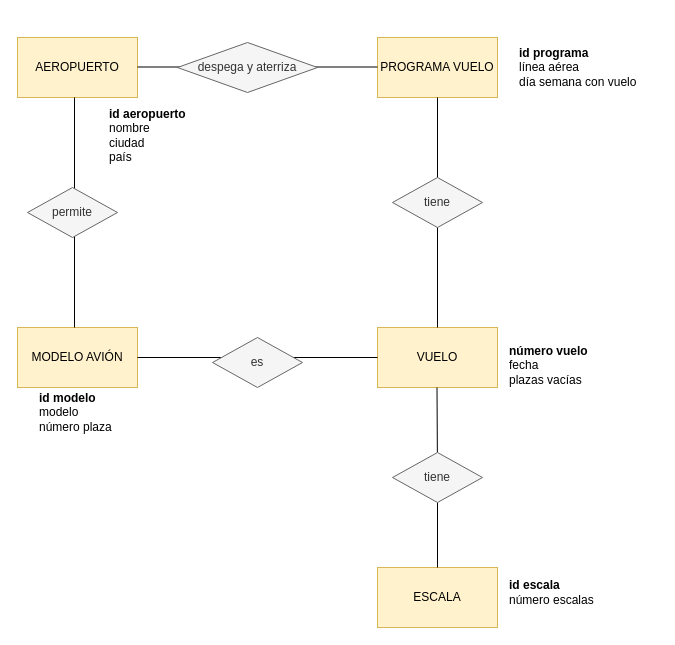
mocihu-source/CIFO-laVioleta-SQL-BBDD keeps this draw.io diagram as Creación ERD/ERD ejercicio 4.drawio. Above is the earlier version. Source tidied: cells renumbered, new cells numbered last; positions are measured from the earlier drawing's top-left corner, leaving out a move shared by most shapes. Both pictures are drawn from the tidied source at 100%, with x=0, y=0 at pixel (17, 37).
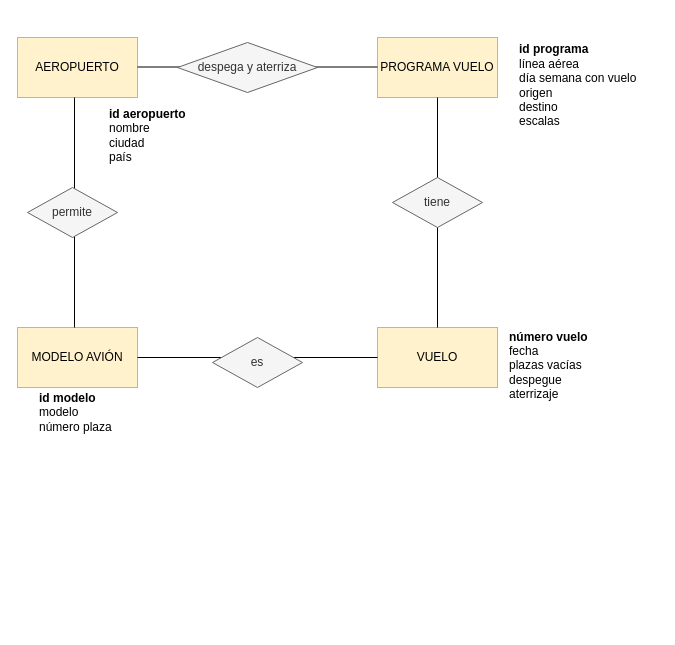
After the change.

Change to the diagram source:
```diff
@@
-    <mxCell id="6" value="ESCALA" style="rounded=0;whiteSpace=wrap;html=1;fillColor=#fff2cc;strokeColor=#d6b656;" parent="1" vertex="1">
-      <mxGeometry x="360" y="530" width="120" height="60" as="geometry" />
-    </mxCell>
@@
-    <mxCell id="11" style="endArrow=none;html=1;rounded=0;defaultLabelBackgroundColor=page;exitX=0.5;exitY=1;exitDx=0;exitDy=0;" parent="1" edge="1" source="15" target="6">
-      <mxGeometry relative="1" as="geometry" />
-    </mxCell>
@@
-    <mxCell id="14" style="endArrow=none;html=1;rounded=0;defaultLabelBackgroundColor=page;exitX=0.5;exitY=1;exitDx=0;exitDy=0;" parent="1" edge="1" target="15">
-      <mxGeometry relative="1" as="geometry">
-        <mxPoint x="419.5" y="350" as="sourcePoint" />
-      </mxGeometry>
-    </mxCell>
-    <mxCell id="15" value="tiene" style="rhombus;whiteSpace=wrap;html=1;shapeInside=1;fillColor=#f5f5f5;fontColor=#333333;strokeColor=#666666;" parent="1" vertex="1">
-      <mxGeometry x="375" y="415" width="90" height="50" as="geometry" />
-    </mxCell>
@@
-    <mxCell id="18" value="&lt;b&gt;id programa&lt;/b&gt;&lt;div&gt;línea aérea&amp;nbsp;&lt;/div&gt;&lt;div&gt;día semana con vuelo&lt;/div&gt;" style="text;html=1;whiteSpace=wrap;strokeColor=none;fillColor=none;align=left;verticalAlign=middle;rounded=0;" parent="1" vertex="1">
-      <mxGeometry x="500" width="140" height="60" as="geometry" />
+    <mxCell id="18" value="&lt;b&gt;id programa&lt;/b&gt;&lt;div&gt;línea aérea&amp;nbsp;&lt;/div&gt;&lt;div&gt;día semana con vuelo&lt;/div&gt;&lt;div&gt;origen&amp;nbsp;&lt;/div&gt;&lt;div&gt;destino&lt;/div&gt;&lt;div&gt;escalas&lt;/div&gt;" style="text;html=1;whiteSpace=wrap;strokeColor=none;fillColor=none;align=left;verticalAlign=middle;rounded=0;" parent="1" vertex="1">
+      <mxGeometry x="500" y="-20" width="140" height="135" as="geometry" />
     </mxCell>
@@
-    <mxCell id="21" value="&lt;b&gt;número vuelo&lt;/b&gt;&lt;div&gt;fecha&amp;nbsp;&lt;/div&gt;&lt;div&gt;plazas vacías&lt;/div&gt;" style="text;html=1;whiteSpace=wrap;strokeColor=none;fillColor=none;align=left;verticalAlign=middle;rounded=0;" parent="1" vertex="1">
+    <mxCell id="21" value="&lt;b&gt;número vuelo&lt;/b&gt;&lt;div&gt;fecha&amp;nbsp;&lt;/div&gt;&lt;div&gt;plazas vacías&lt;/div&gt;&lt;div&gt;despegue&amp;nbsp;&lt;/div&gt;&lt;div&gt;aterrizaje&amp;nbsp;&lt;/div&gt;" style="text;html=1;whiteSpace=wrap;strokeColor=none;fillColor=none;align=left;verticalAlign=middle;rounded=0;" parent="1" vertex="1">
       <mxGeometry x="490" y="290" width="90" height="75" as="geometry" />
     </mxCell>
-    <mxCell id="22" value="&lt;b&gt;id escala&lt;/b&gt;&lt;div&gt;número escalas&lt;/div&gt;" style="text;html=1;whiteSpace=wrap;strokeColor=none;fillColor=none;align=left;verticalAlign=middle;rounded=0;" parent="1" vertex="1">
-      <mxGeometry x="490" y="540" width="130" height="30" as="geometry" />
-    </mxCell>
```
